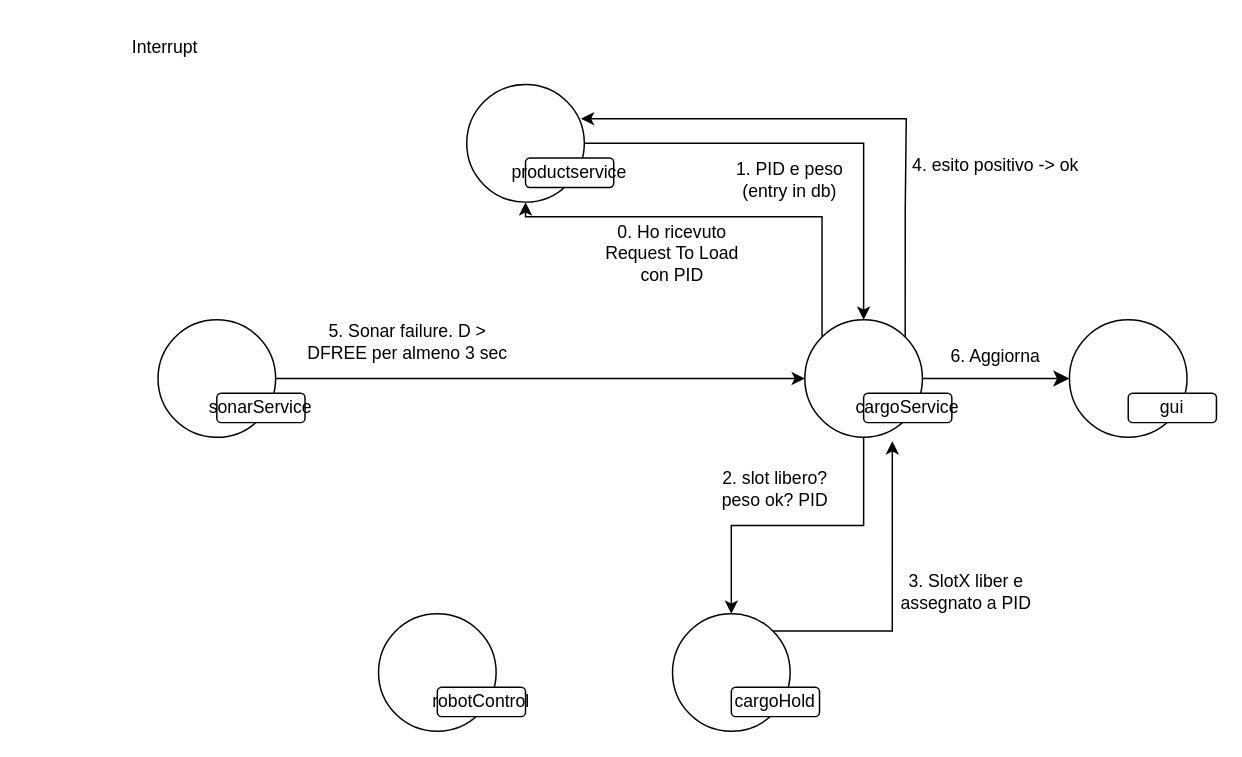
The draw.io diagram page "Neg2 - interrupt" (3 of 4) of userDocs/Sprint0.drawio in MarcoCrisafulli5/ISS2025-BrunoCrisafulliGiannitti, before the edit. Source tidied: cells renumbered, new cells numbered last; positions are measured from the earlier drawing's top-left corner, leaving out a move shared by most shapes. Both pictures are drawn from the tidied source at 147%, with x=0, y=0 at pixel (25, 25).
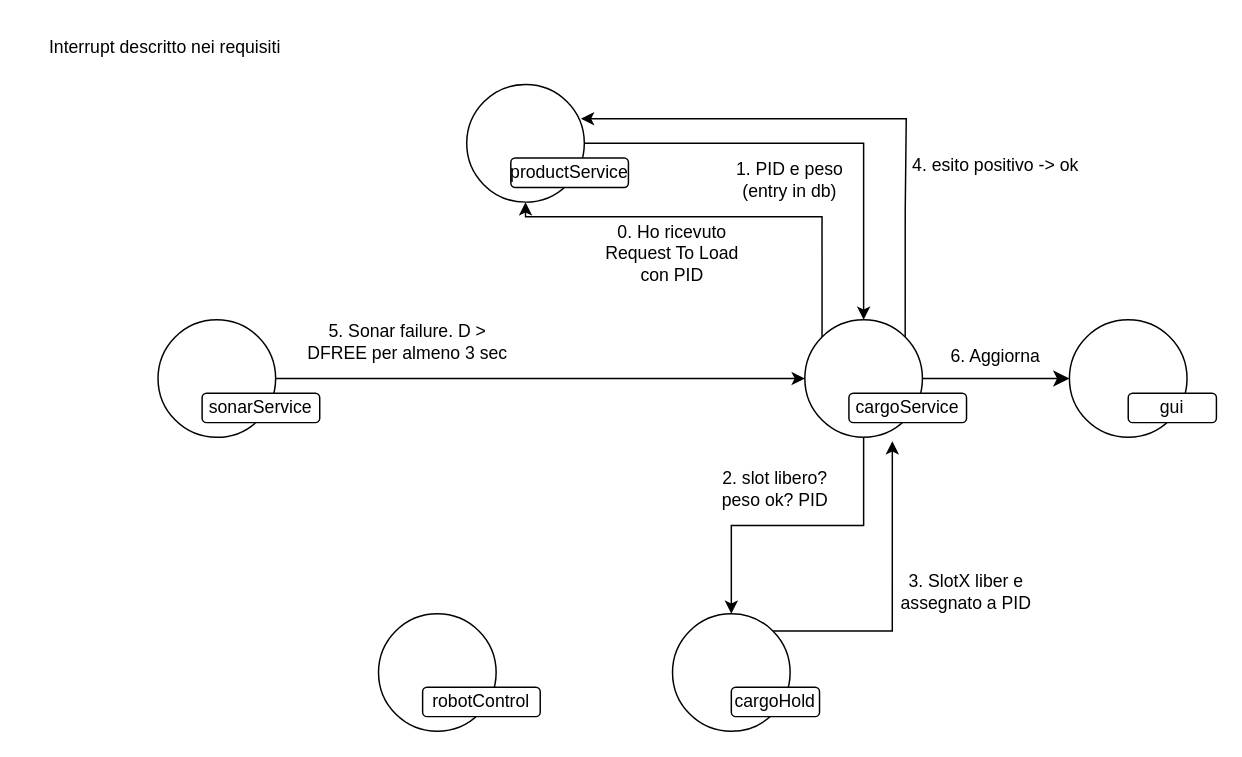
The same diagram, later.

What changed in the source:
```diff
@@
-    <mxCell id="2" value="Interrupt" style="text;html=1;align=center;verticalAlign=middle;whiteSpace=wrap;rounded=0;" parent="1" vertex="1">
+    <mxCell id="2" value="Interrupt descritto nei requisiti" style="text;html=1;align=center;verticalAlign=middle;whiteSpace=wrap;rounded=0;" parent="1" vertex="1">
       <mxGeometry width="190" height="30" as="geometry" />
     </mxCell>
@@
     <mxCell id="5" value="sonarService" style="rounded=1;whiteSpace=wrap;html=1;" parent="1" vertex="1">
-      <mxGeometry x="130" y="250" width="60" height="20" as="geometry" />
+      <mxGeometry x="120" y="250" width="80" height="20" as="geometry" />
     </mxCell>
@@
     <mxCell id="11" value="cargoService" style="rounded=1;whiteSpace=wrap;html=1;" parent="1" vertex="1">
-      <mxGeometry x="570" y="250" width="60" height="20" as="geometry" />
+      <mxGeometry x="560" y="250" width="80" height="20" as="geometry" />
     </mxCell>
@@
-    <mxCell id="14" value="productservice" style="rounded=1;whiteSpace=wrap;html=1;" parent="1" vertex="1">
-      <mxGeometry x="340" y="90" width="60" height="20" as="geometry" />
+    <mxCell id="14" value="productService" style="rounded=1;whiteSpace=wrap;html=1;" parent="1" vertex="1">
+      <mxGeometry x="330" y="90" width="80" height="20" as="geometry" />
     </mxCell>
@@
     <mxCell id="16" value="robotControl" style="rounded=1;whiteSpace=wrap;html=1;" parent="1" vertex="1">
-      <mxGeometry x="280" y="450" width="60" height="20" as="geometry" />
+      <mxGeometry x="270" y="450" width="80" height="20" as="geometry" />
     </mxCell>
```
